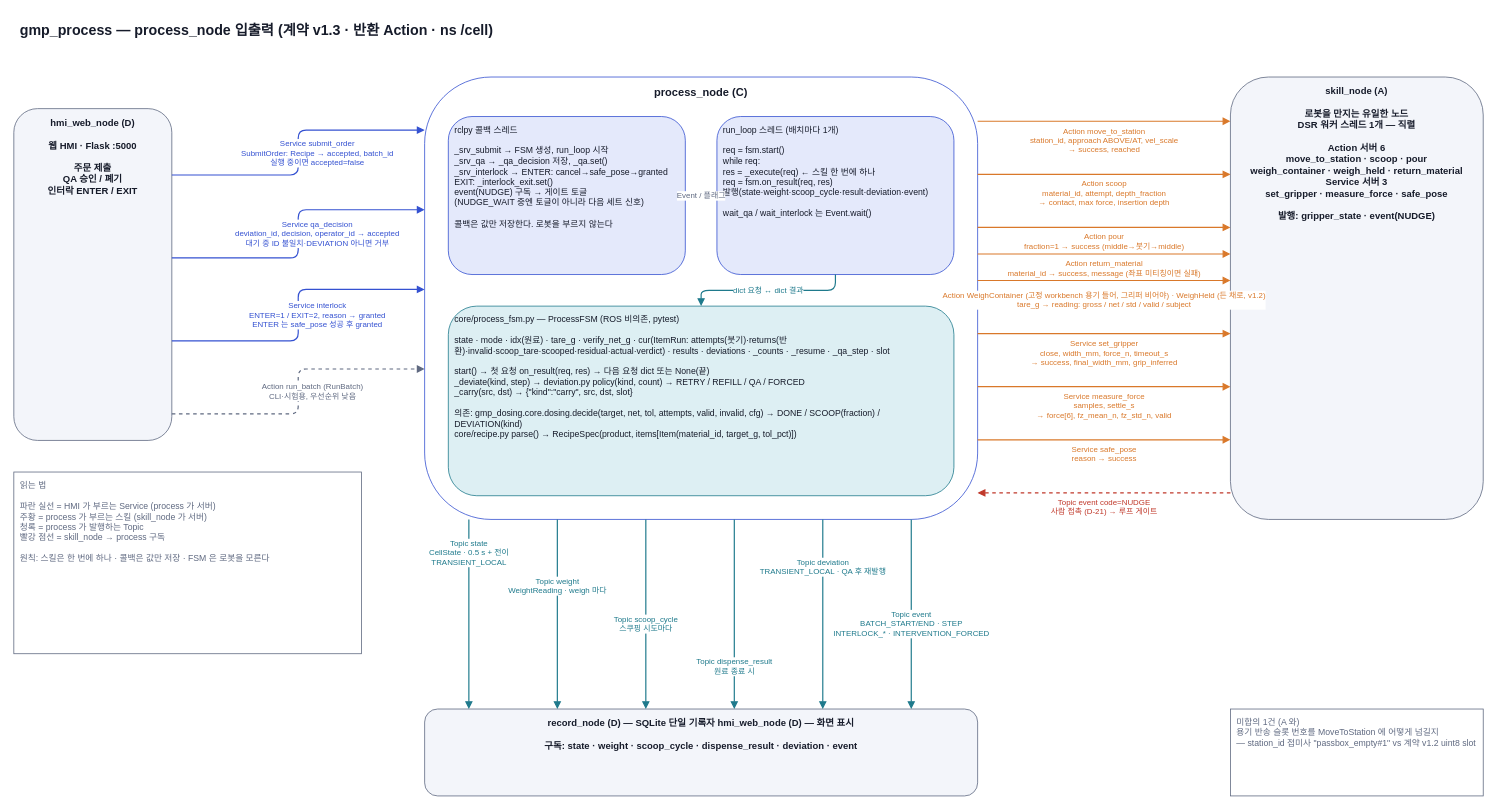
Before: page "1 노드 입출력" (1 of 4) of docs/diagrams/process_flow.drawio in Jik-Kim/auto-pharmacist, a draw.io diagram. Source tidied: cells renumbered, new cells numbered last; positions are measured from the earlier drawing's top-left corner, leaving out a move shared by most shapes. Both pictures are drawn from the tidied source at 79%, with x=0, y=0 at pixel (13, 13).
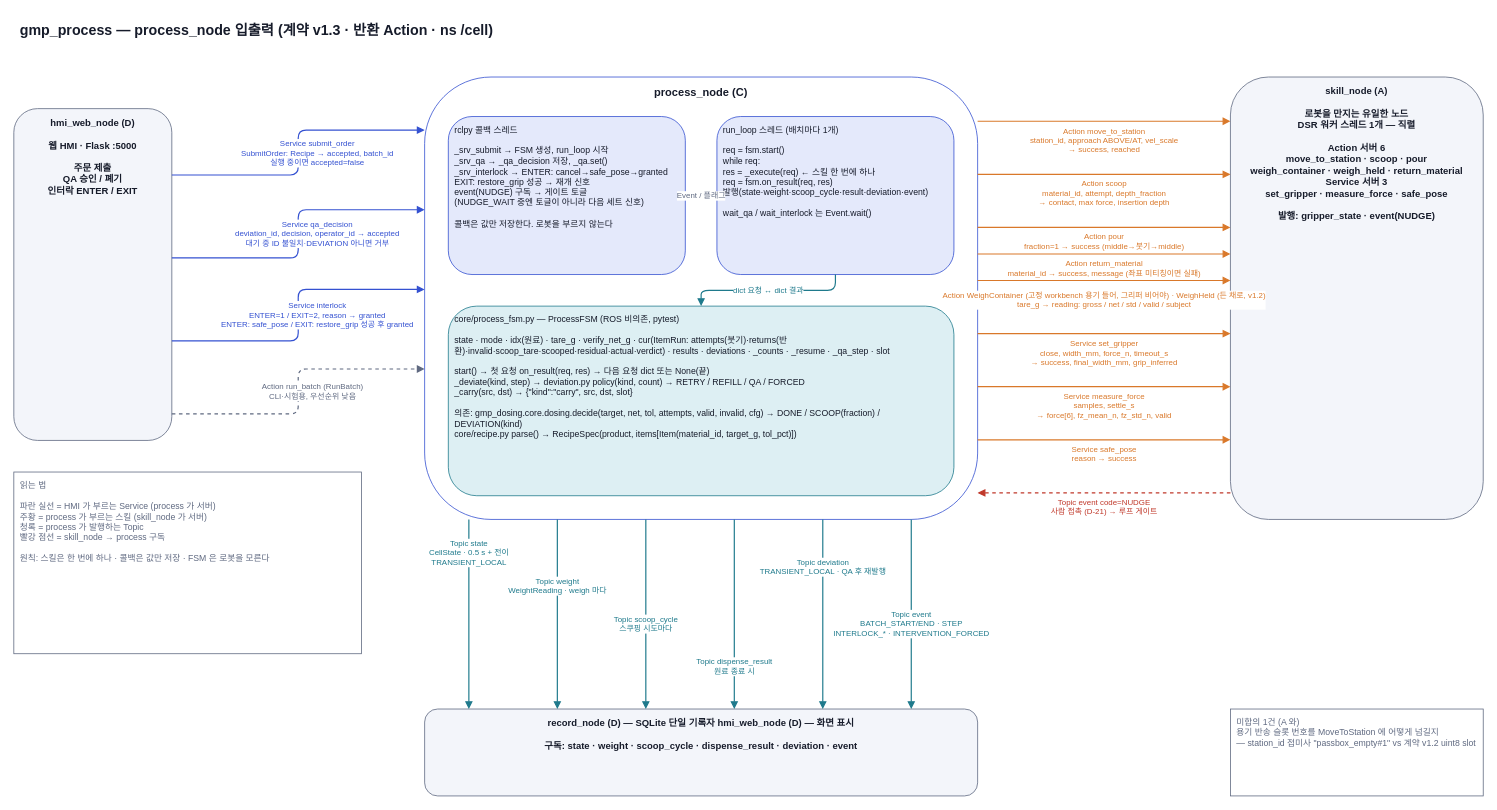
The same diagram, later.

The change refers to these unchanged cells:
```xml
<mxCell id="3" value="hmi_web_node (D)&lt;br&gt;&lt;br&gt;웹 HMI · Flask :5000&lt;br&gt;&lt;br&gt;주문 제출&lt;br&gt;QA 승인 / 폐기&lt;br&gt;인터락 ENTER / EXIT" style="rounded=1;whiteSpace=wrap;html=1;fillColor=#F3F5FA;strokeColor=#5F6980;fontColor=#161B2A;fontSize=12;align=center;verticalAlign=top;spacingTop=4;spacingLeft=6;spacingRight=6;fontStyle=1;" parent="1" vertex="1">
  <mxGeometry y="120" width="200" height="420" as="geometry" />
</mxCell>
<mxCell id="4" value="process_node (C)" style="rounded=1;whiteSpace=wrap;html=1;fillColor=#FFFFFF;strokeColor=#3451D1;fontColor=#161B2A;fontSize=14;align=center;verticalAlign=top;spacingTop=4;spacingLeft=6;spacingRight=6;fontStyle=1;" parent="1" vertex="1">
  <mxGeometry x="520" y="80" width="700" height="560" as="geometry" />
</mxCell>
```

The edit, as a diff of the source:
```diff
@@
-    <mxCell id="5" value="rclpy 콜백 스레드&lt;br&gt;&lt;br&gt;_srv_submit → FSM 생성, run_loop 시작&lt;br&gt;_srv_qa → _qa_decision 저장, _qa.set()&lt;br&gt;_srv_interlock → ENTER: cancel→safe_pose→granted&lt;br&gt;                        EXIT: _interlock_exit.set()&lt;br&gt;event(NUDGE) 구독 → 게이트 토글&lt;br&gt;   (NUDGE_WAIT 중엔 토글이 아니라 다음 세트 신호)&lt;br&gt;&lt;br&gt;콜백은 값만 저장한다. 로봇을 부르지 않는다" style="rounded=1;whiteSpace=wrap;html=1;fillColor=#E4E9FB;strokeColor=#3451D1;fontColor=#161B2A;fontSize=11;align=left;verticalAlign=top;spacingTop=4;spacingLeft=6;spacingRight=6;" parent="1" vertex="1">
+    <mxCell id="5" value="rclpy 콜백 스레드&lt;br&gt;&lt;br&gt;_srv_submit → FSM 생성, run_loop 시작&lt;br&gt;_srv_qa → _qa_decision 저장, _qa.set()&lt;br&gt;_srv_interlock → ENTER: cancel→safe_pose→granted&lt;br&gt;                        EXIT: restore_grip 성공 → 재개 신호&lt;br&gt;event(NUDGE) 구독 → 게이트 토글&lt;br&gt;   (NUDGE_WAIT 중엔 토글이 아니라 다음 세트 신호)&lt;br&gt;&lt;br&gt;콜백은 값만 저장한다. 로봇을 부르지 않는다" style="rounded=1;whiteSpace=wrap;html=1;fillColor=#E4E9FB;strokeColor=#3451D1;fontColor=#161B2A;fontSize=11;align=left;verticalAlign=top;spacingTop=4;spacingLeft=6;spacingRight=6;" parent="1" vertex="1">
       <mxGeometry x="550" y="130" width="300" height="200" as="geometry" />
     </mxCell>
@@
-    <mxCell id="14" value="Service interlock&lt;br&gt;ENTER=1 / EXIT=2, reason → granted&lt;br&gt;ENTER 는 safe_pose 성공 후 granted" style="edgeStyle=orthogonalEdgeStyle;rounded=1;html=1;endArrow=block;endFill=1;strokeColor=#3451D1;strokeWidth=1.5;fontColor=#3451D1;fontSize=10;labelBackgroundColor=#FFFFFF;exitX=1;exitY=0.7;exitDx=0;exitDy=0;entryX=0;entryY=0.48;entryDx=0;entryDy=0;" parent="1" edge="1" source="3" target="4">
+    <mxCell id="14" value="Service interlock&lt;br&gt;ENTER=1 / EXIT=2, reason → granted&lt;br&gt;ENTER: safe_pose / EXIT: restore_grip 성공 후 granted" style="edgeStyle=orthogonalEdgeStyle;rounded=1;html=1;endArrow=block;endFill=1;strokeColor=#3451D1;strokeWidth=1.5;fontColor=#3451D1;fontSize=10;labelBackgroundColor=#FFFFFF;exitX=1;exitY=0.7;exitDx=0;exitDy=0;entryX=0;entryY=0.48;entryDx=0;entryDy=0;" parent="1" edge="1" source="3" target="4">
       <mxGeometry y="-24" relative="1" as="geometry" />
     </mxCell>
```
